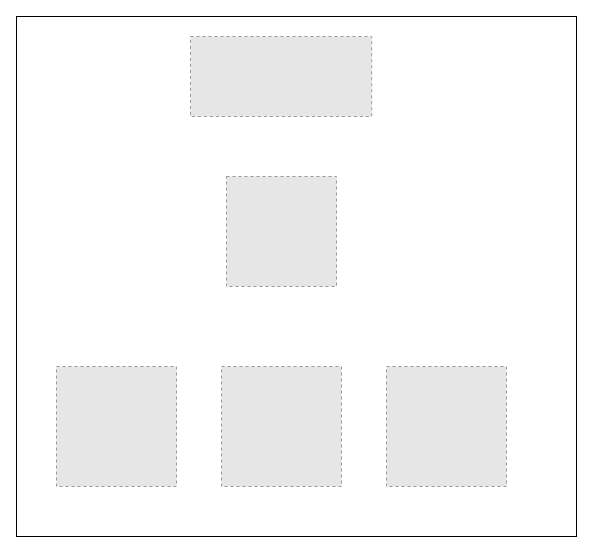
The draw.io diagram kube-scheduler.drawio in YanshanSong/draw.io, before the edit. Source tidied: cells renumbered, new cells numbered last; positions are measured from the earlier drawing's top-left corner, leaving out a move shared by most shapes. Both pictures are drawn from the tidied source at 100%, with x=0, y=0 at pixel (16, 16). Pictures stored in the file or linked from it are replaced by grey dashed boxes.
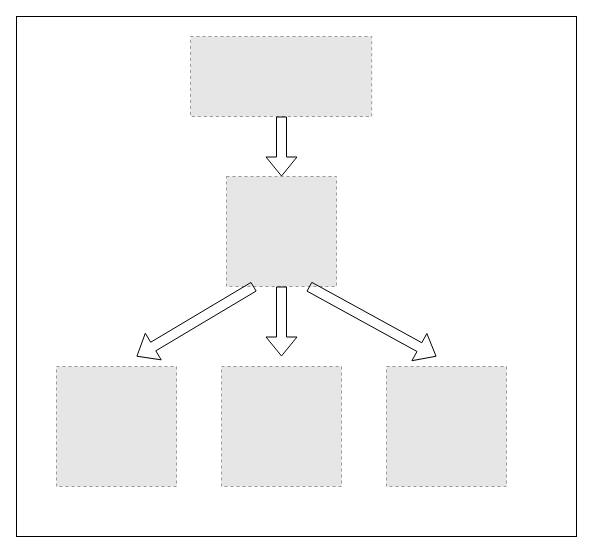
The same page after the edit.

The edit, as a diff of the source:
```diff
@@
 <mxGraphModel>
   <root>
     <mxCell id="0" />
     <mxCell id="1" parent="0" />
     <mxCell id="2" style="rounded=0;whiteSpace=wrap;html=1;" parent="1" vertex="1">
       <mxGeometry width="560" height="520" as="geometry" />
     </mxCell>
     <mxCell id="3" style="fillColor=#E6E6E6;strokeColor=#999999;dashed=1;verticalLabelPosition=bottom;labelBackgroundColor=default;verticalAlign=top;" parent="1" vertex="1">
       <mxGeometry x="174" y="20" width="181.2" height="80" as="geometry" />
     </mxCell>
     <mxCell id="4" style="fillColor=#E6E6E6;strokeColor=#999999;dashed=1;verticalLabelPosition=bottom;labelBackgroundColor=default;verticalAlign=top;" parent="1" vertex="1">
       <mxGeometry x="210" y="160" width="110" height="110" as="geometry" />
     </mxCell>
     <mxCell id="5" style="fillColor=#E6E6E6;strokeColor=#999999;dashed=1;verticalLabelPosition=bottom;labelBackgroundColor=default;verticalAlign=top;" parent="1" vertex="1">
       <mxGeometry x="205" y="350" width="120" height="120" as="geometry" />
     </mxCell>
     <mxCell id="6" style="fillColor=#E6E6E6;strokeColor=#999999;dashed=1;verticalLabelPosition=bottom;labelBackgroundColor=default;verticalAlign=top;" parent="1" vertex="1">
       <mxGeometry x="40" y="350" width="120" height="120" as="geometry" />
     </mxCell>
     <mxCell id="7" style="fillColor=#E6E6E6;strokeColor=#999999;dashed=1;verticalLabelPosition=bottom;labelBackgroundColor=default;verticalAlign=top;" parent="1" vertex="1">
       <mxGeometry x="370" y="350" width="120" height="120" as="geometry" />
     </mxCell>
+    <mxCell id="8" style="shape=flexArrow;endArrow=classic;html=1;rounded=0;" parent="1" edge="1" target="4">
+      <mxGeometry relative="1" as="geometry">
+        <mxPoint x="265" y="100" as="sourcePoint" />
+      </mxGeometry>
+    </mxCell>
+    <mxCell id="9" style="shape=flexArrow;endArrow=classic;html=1;rounded=0;exitX=0.25;exitY=1;exitDx=0;exitDy=0;" parent="1" edge="1" source="4">
+      <mxGeometry relative="1" as="geometry">
+        <mxPoint x="120" y="340" as="targetPoint" />
+      </mxGeometry>
+    </mxCell>
+    <mxCell id="10" style="shape=flexArrow;endArrow=classic;html=1;rounded=0;exitX=0.75;exitY=1;exitDx=0;exitDy=0;" parent="1" edge="1" source="4">
+      <mxGeometry relative="1" as="geometry">
+        <mxPoint x="420" y="340" as="targetPoint" />
+      </mxGeometry>
+    </mxCell>
+    <mxCell id="11" style="shape=flexArrow;endArrow=classic;html=1;rounded=0;exitX=0.5;exitY=1;exitDx=0;exitDy=0;" parent="1" edge="1" source="4">
+      <mxGeometry relative="1" as="geometry">
+        <mxPoint x="265" y="340" as="targetPoint" />
+      </mxGeometry>
+    </mxCell>
   </root>
 </mxGraphModel>
```
